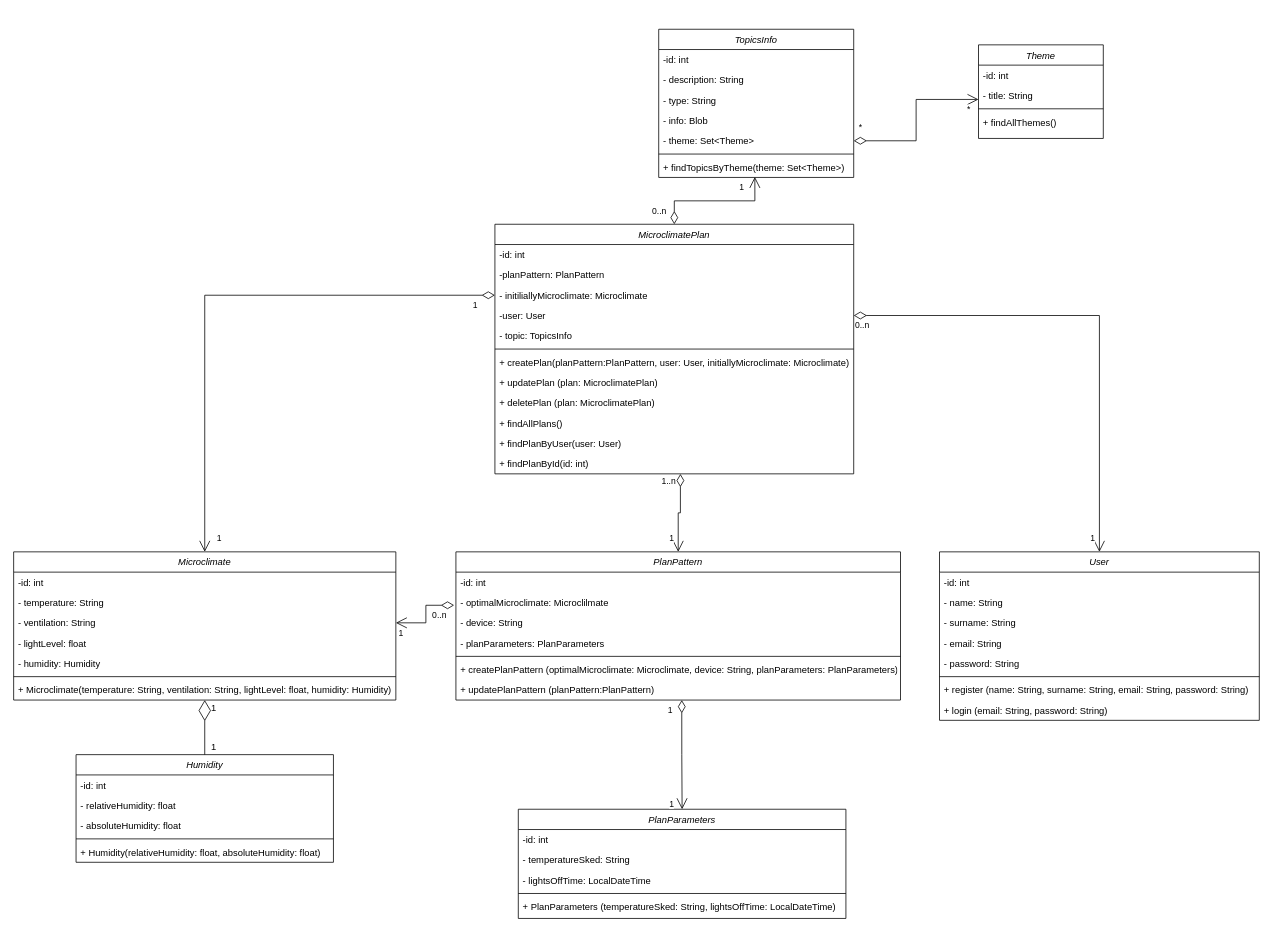
Above: 2-SoftwareDesign/2.5-UMLProgramClasses/UMLProgramClasses.drawio in oleksandrblazhko/ai-212-majorova (draw.io), before the change. Source tidied: cells renumbered, new cells numbered last; positions are measured from the earlier drawing's top-left corner, leaving out a move shared by most shapes. Both pictures are drawn from the tidied source at 78%, with x=0, y=0 at pixel (13, 29).
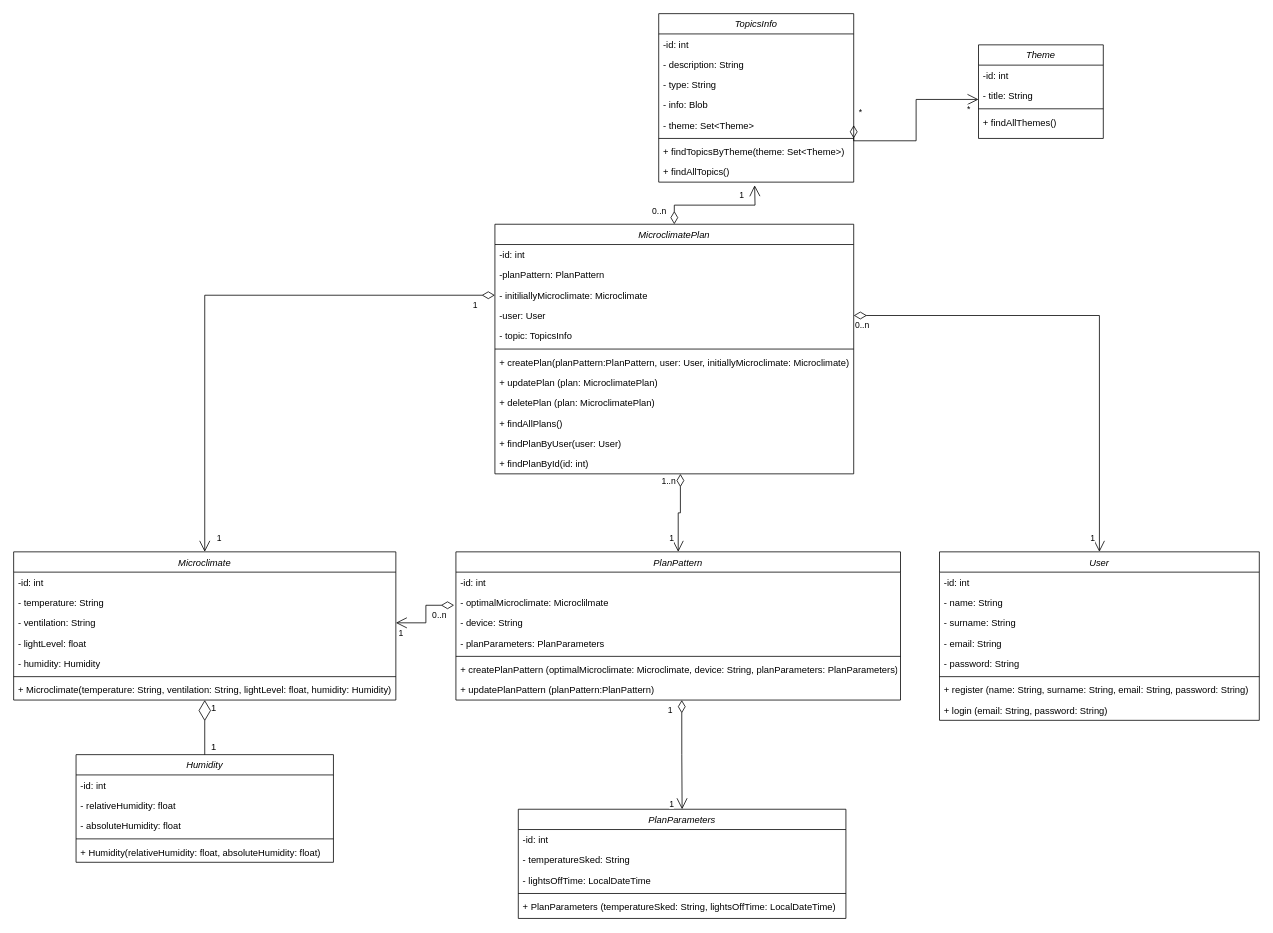
The same page after the edit.

Unchanged cells that the change refers to:
```xml
<mxCell id="2" value="MicroclimatePlan" style="swimlane;fontStyle=2;align=center;verticalAlign=top;horizontal=1;startSize=26;rounded=0;shadow=0;strokeWidth=1;" parent="1" vertex="1">
  <mxGeometry x="617" y="250" width="460" height="320" as="geometry" />
</mxCell>
<mxCell id="82" value="+ findTopicsByTheme(theme: Set&lt;Theme&gt;)" style="text;align=left;verticalAlign=top;spacingLeft=4;spacingRight=4;overflow=hidden;points=[[0,0.5],[1,0.5]];portConstraint=eastwest;rounded=0;shadow=0;html=0;" parent="75" vertex="1">
  <mxGeometry y="164" width="250" height="26" as="geometry" />
</mxCell>
```

What changed in the source:
```diff
@@
     <mxCell id="75" value="TopicsInfo" style="swimlane;fontStyle=2;align=center;verticalAlign=top;horizontal=1;startSize=26;rounded=0;shadow=0;strokeWidth=1;" parent="1" vertex="1">
-      <mxGeometry x="827" width="250" height="190" as="geometry" />
+      <mxGeometry x="827" y="-20" width="250" height="216" as="geometry" />
     </mxCell>
@@
+    <mxCell id="89" value="+ findAllTopics()" style="text;align=left;verticalAlign=top;spacingLeft=4;spacingRight=4;overflow=hidden;rounded=0;shadow=0;html=0;" parent="75" vertex="1">
+      <mxGeometry y="190" width="250" height="26" as="geometry" />
+    </mxCell>
@@
-    <mxCell id="86" style="endArrow=open;html=1;endSize=12;startArrow=diamondThin;startSize=14;startFill=0;edgeStyle=orthogonalEdgeStyle;rounded=0;exitX=0.5;exitY=0;exitDx=0;exitDy=0;entryX=0.493;entryY=0.975;entryDx=0;entryDy=0;entryPerimeter=0;" parent="1" edge="1" source="2" target="82">
-      <mxGeometry relative="1" as="geometry" />
+    <mxCell id="86" style="endArrow=open;html=1;endSize=12;startArrow=diamondThin;startSize=14;startFill=0;edgeStyle=orthogonalEdgeStyle;rounded=0;exitX=0.5;exitY=0;exitDx=0;exitDy=0;" parent="1" edge="1" source="2">
+      <mxGeometry relative="1" as="geometry">
+        <mxPoint x="950" y="200" as="targetPoint" />
+      </mxGeometry>
     </mxCell>
```
